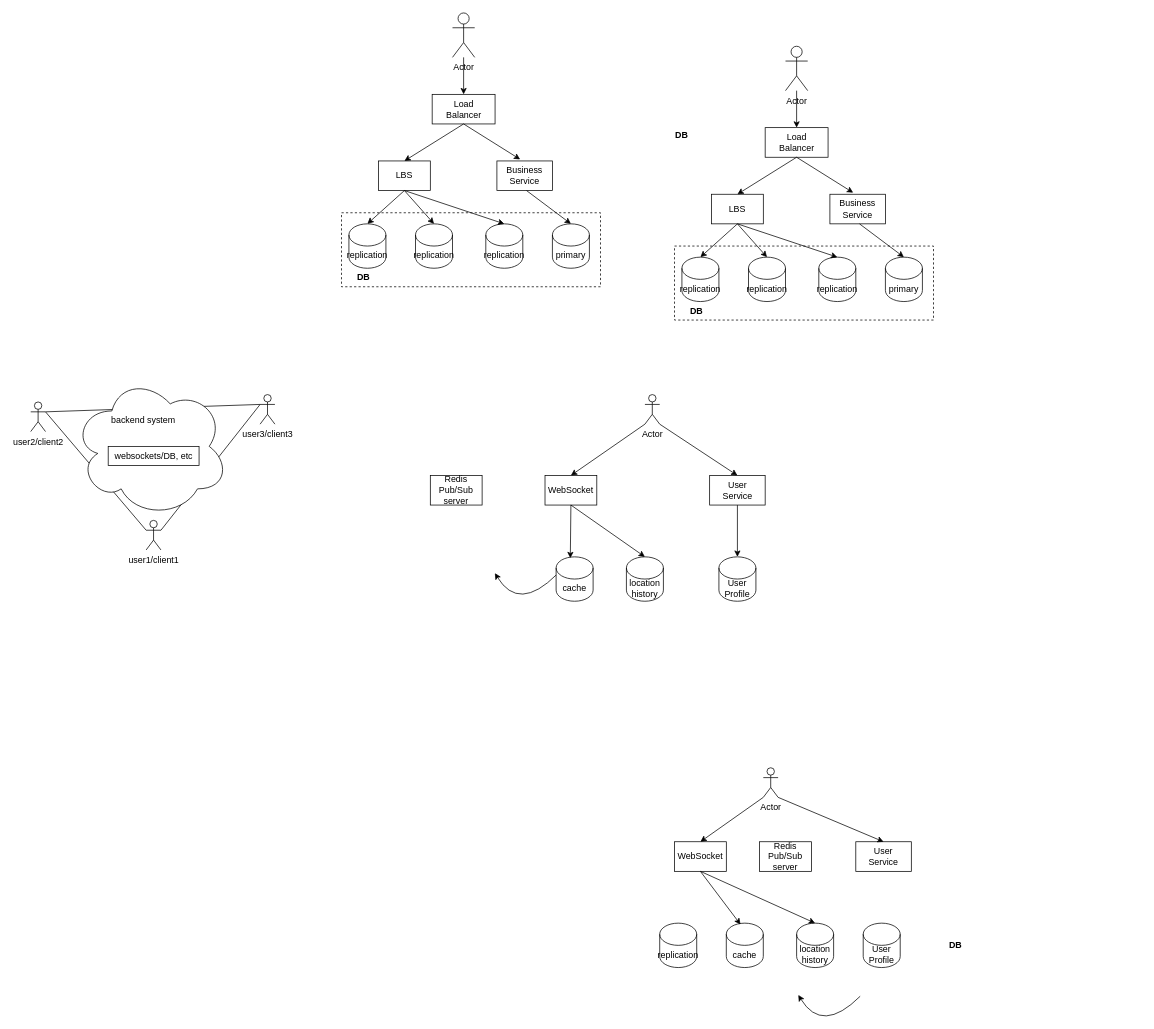
Above: paymentSystemDigitalWallet.drawio in HinsonM/design_graph (draw.io), before the change. Source tidied: cells renumbered, new cells numbered last; positions are measured from the earlier drawing's top-left corner, leaving out a move shared by most shapes. Both pictures are drawn from the tidied source at 74%, with x=0, y=0 at pixel (30, 13).
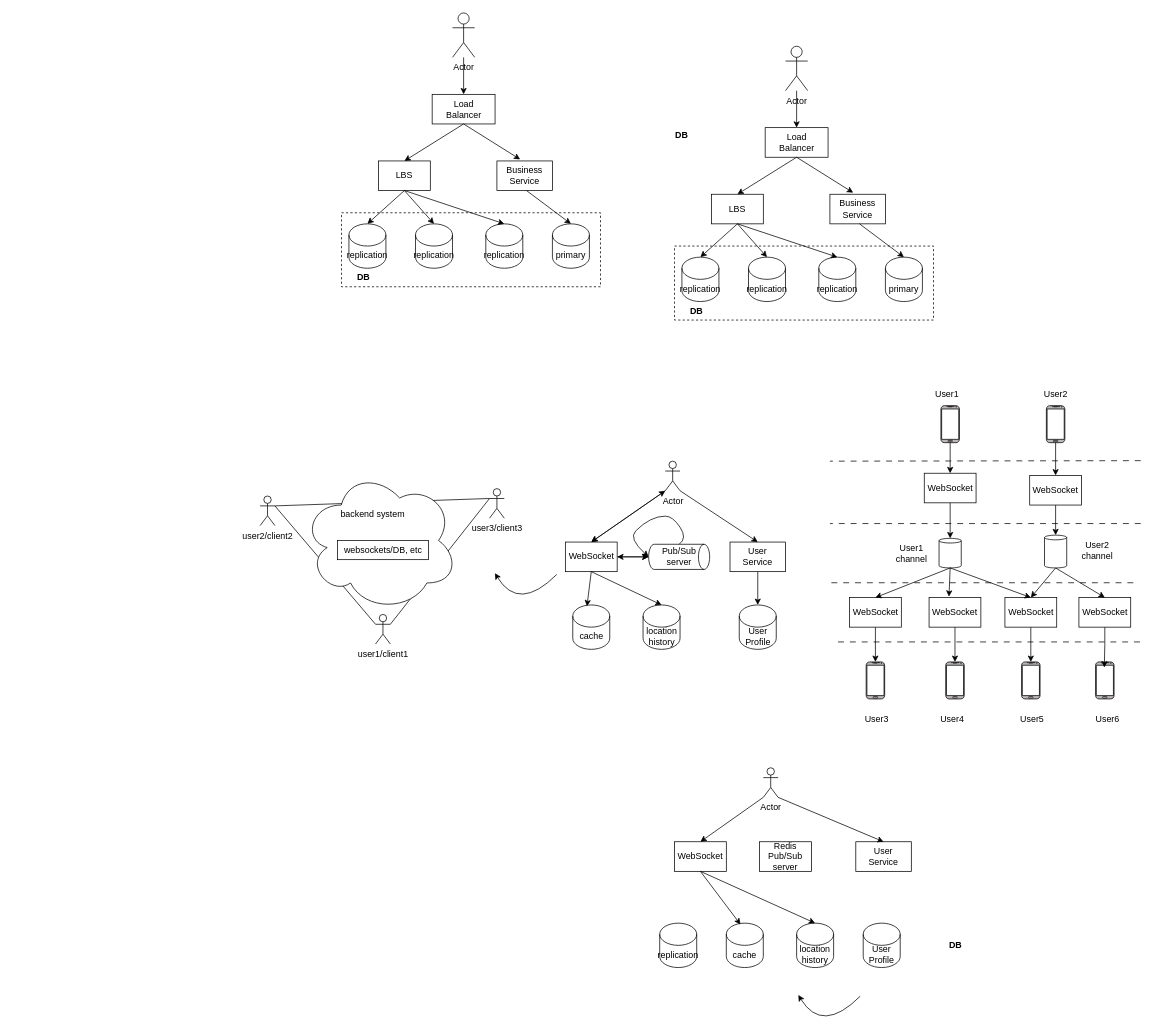
After the change.

Change to the diagram source:
```diff
@@
+    <mxCell id="73" style="edgeStyle=orthogonalEdgeStyle;rounded=0;jettySize=auto;html=1;entryX=0;entryY=0.5;entryDx=0;entryDy=0;entryPerimeter=0;" parent="1" edge="1" source="20" target="74">
+      <mxGeometry relative="1" as="geometry" />
+    </mxCell>
     <mxCell id="20" value="WebSocket" style="rounded=0;whiteSpace=wrap;html=1;" parent="1" vertex="1">
-      <mxGeometry x="695" y="625" width="70" height="40" as="geometry" />
+      <mxGeometry x="722.5" y="715" width="70" height="40" as="geometry" />
     </mxCell>
@@
     <mxCell id="22" value="User&lt;br&gt;Service" style="rounded=0;whiteSpace=wrap;html=1;" parent="1" vertex="1">
-      <mxGeometry x="917.5" y="625" width="75" height="40" as="geometry" />
+      <mxGeometry x="945" y="715" width="75" height="40" as="geometry" />
     </mxCell>
     <mxCell id="23" value="Actor" style="shape=umlActor;verticalLabelPosition=bottom;verticalAlign=top;html=1;outlineConnect=0;" parent="1" vertex="1">
-      <mxGeometry x="830" y="515.7" width="20" height="40" as="geometry" />
+      <mxGeometry x="857.5" y="605.7" width="20" height="40" as="geometry" />
     </mxCell>
     <mxCell id="24" value="location&lt;br&gt;history" style="shape=cylinder3;whiteSpace=wrap;html=1;boundedLbl=1;backgroundOutline=1;size=15;" parent="1" vertex="1">
-      <mxGeometry x="805" y="735" width="50" height="60" as="geometry" />
+      <mxGeometry x="827.5" y="800" width="50" height="60" as="geometry" />
     </mxCell>
     <mxCell id="25" value="User Profile" style="shape=cylinder3;whiteSpace=wrap;html=1;boundedLbl=1;backgroundOutline=1;size=15;" parent="1" vertex="1">
-      <mxGeometry x="930" y="735" width="50" height="60" as="geometry" />
+      <mxGeometry x="957.5" y="800" width="50" height="60" as="geometry" />
     </mxCell>
     <mxCell id="26" value="cache" style="shape=cylinder3;whiteSpace=wrap;html=1;boundedLbl=1;backgroundOutline=1;size=15;" parent="1" vertex="1">
-      <mxGeometry x="710" y="735" width="50" height="60" as="geometry" />
+      <mxGeometry x="732.5" y="800" width="50" height="60" as="geometry" />
     </mxCell>
@@
-    <mxCell id="28" value="Redis&lt;br&gt;Pub/Sub &lt;br&gt;server" style="rounded=0;whiteSpace=wrap;html=1;" parent="1" vertex="1">
-      <mxGeometry x="540" y="625" width="70" height="40" as="geometry" />
-    </mxCell>
@@
     <mxCell id="33" value="user2/client2" style="shape=umlActor;verticalLabelPosition=bottom;verticalAlign=top;html=1;outlineConnect=0;" parent="1" vertex="1">
-      <mxGeometry y="525.7" width="20" height="40" as="geometry" />
+      <mxGeometry x="310" y="652.8" width="20" height="40" as="geometry" />
     </mxCell>
     <mxCell id="34" value="user1/client1" style="shape=umlActor;verticalLabelPosition=bottom;verticalAlign=top;html=1;outlineConnect=0;" parent="1" vertex="1">
-      <mxGeometry x="156" y="685.7" width="20" height="40" as="geometry" />
+      <mxGeometry x="466" y="812.8" width="20" height="40" as="geometry" />
     </mxCell>
     <mxCell id="35" value="user3/client3" style="shape=umlActor;verticalLabelPosition=bottom;verticalAlign=top;html=1;outlineConnect=0;" parent="1" vertex="1">
-      <mxGeometry x="310" y="515.7" width="20" height="40" as="geometry" />
+      <mxGeometry x="620" y="642.8" width="20" height="40" as="geometry" />
     </mxCell>
@@
     <mxCell id="70" style="ellipse;shape=cloud;whiteSpace=wrap;html=1;rotation=0;" parent="1" vertex="1">
-      <mxGeometry x="57" y="490" width="210.5" height="191.4" as="geometry" />
+      <mxGeometry x="367" y="617.2" width="210.5" height="191.4" as="geometry" />
     </mxCell>
     <mxCell id="71" value="websockets/DB, etc" style="rounded=0;whiteSpace=wrap;html=1;" parent="1" vertex="1">
-      <mxGeometry x="104.7" y="585.7" width="122.8" height="26" as="geometry" />
+      <mxGeometry x="414.7" y="712.8" width="122.8" height="26" as="geometry" />
     </mxCell>
     <mxCell id="72" value="backend system" style="text;whiteSpace=wrap;html=1;" parent="1" vertex="1">
-      <mxGeometry x="107.4" y="535.7" width="120" height="40" as="geometry" />
+      <mxGeometry x="417.4" y="662.8" width="120" height="40" as="geometry" />
     </mxCell>
+    <mxCell id="74" value="Pub/Sub&lt;br&gt;server" style="strokeWidth=1;html=1;shape=mxgraph.flowchart.direct_data;whiteSpace=wrap;" parent="1" vertex="1">
+      <mxGeometry x="835" y="718" width="82.5" height="34" as="geometry" />
+    </mxCell>
+    <mxCell id="75" style="endArrow=classic;startArrow=classic;html=1;rounded=0;exitX=0.5;exitY=0;exitDx=0;exitDy=0;entryX=0;entryY=1;entryDx=0;entryDy=0;entryPerimeter=0;" parent="1" edge="1" source="20" target="23">
+      <mxGeometry relative="1" as="geometry" />
+    </mxCell>
+    <mxCell id="76" style="endArrow=classic;startArrow=classic;html=1;rounded=0;exitX=1;exitY=0.5;exitDx=0;exitDy=0;entryX=0;entryY=0.5;entryDx=0;entryDy=0;entryPerimeter=0;" parent="1" edge="1" source="20" target="74">
+      <mxGeometry relative="1" as="geometry" />
+    </mxCell>
+    <mxCell id="77" style="curved=1;endArrow=classic;html=1;rounded=0;exitX=0.5;exitY=0;exitDx=0;exitDy=0;exitPerimeter=0;entryX=0;entryY=0.5;entryDx=0;entryDy=0;entryPerimeter=0;" parent="1" edge="1" source="74" target="74">
+      <mxGeometry relative="1" as="geometry">
+        <Array as="points">
+          <mxPoint x="887.5" y="710" />
+          <mxPoint x="867.5" y="680" />
+          <mxPoint x="847.5" y="680" />
+          <mxPoint x="827.5" y="690" />
+          <mxPoint x="807.5" y="710" />
+        </Array>
+      </mxGeometry>
+    </mxCell>
+    <mxCell id="78" style="verticalLabelPosition=bottom;verticalAlign=top;html=1;shadow=0;dashed=0;strokeWidth=1;shape=mxgraph.android.phone2;strokeColor=#000000;fillColor=#bdb7b7;" parent="1" vertex="1">
+      <mxGeometry x="1129" y="877" width="25" height="50" as="geometry" />
+    </mxCell>
+    <mxCell id="79" style="endArrow=none;html=1;rounded=0;dashed=1;dashPattern=8 8;" parent="1" edge="1">
+      <mxGeometry relative="1" as="geometry">
+        <mxPoint x="1500" y="690" as="sourcePoint" />
+        <mxPoint x="1080" y="690" as="targetPoint" />
+      </mxGeometry>
+    </mxCell>
+    <mxCell id="80" style="endArrow=none;html=1;rounded=0;dashed=1;dashPattern=8 8;" parent="1" edge="1">
+      <mxGeometry relative="1" as="geometry">
+        <mxPoint x="1500" y="605" as="sourcePoint" />
+        <mxPoint x="1080" y="605.7" as="targetPoint" />
+      </mxGeometry>
+    </mxCell>
+    <mxCell id="81" style="endArrow=none;html=1;rounded=0;dashed=1;dashPattern=8 8;" parent="1" edge="1">
+      <mxGeometry relative="1" as="geometry">
+        <mxPoint x="1499" y="850" as="sourcePoint" />
+        <mxPoint x="1084" y="850" as="targetPoint" />
+      </mxGeometry>
+    </mxCell>
+    <mxCell id="82" style="endArrow=none;html=1;rounded=0;dashed=1;dashPattern=8 8;" parent="1" edge="1">
+      <mxGeometry relative="1" as="geometry">
+        <mxPoint x="1490" y="770" as="sourcePoint" />
+        <mxPoint x="1075" y="770" as="targetPoint" />
+      </mxGeometry>
+    </mxCell>
+    <mxCell id="83" style="edgeStyle=orthogonalEdgeStyle;rounded=0;jettySize=auto;html=1;" parent="1" edge="1" source="84" target="78">
+      <mxGeometry relative="1" as="geometry" />
+    </mxCell>
+    <mxCell id="84" value="WebSocket" style="rounded=0;whiteSpace=wrap;html=1;" parent="1" vertex="1">
+      <mxGeometry x="1106.5" y="790" width="70" height="40" as="geometry" />
+    </mxCell>
+    <mxCell id="85" style="verticalLabelPosition=bottom;verticalAlign=top;html=1;shadow=0;dashed=0;strokeWidth=1;shape=mxgraph.android.phone2;strokeColor=#000000;fillColor=#bdb7b7;" parent="1" vertex="1">
+      <mxGeometry x="1236.5" y="877" width="25" height="50" as="geometry" />
+    </mxCell>
+    <mxCell id="86" style="edgeStyle=orthogonalEdgeStyle;rounded=0;jettySize=auto;html=1;" parent="1" edge="1" source="87" target="85">
+      <mxGeometry relative="1" as="geometry" />
+    </mxCell>
+    <mxCell id="87" value="WebSocket" style="rounded=0;whiteSpace=wrap;html=1;" parent="1" vertex="1">
+      <mxGeometry x="1214" y="790" width="70" height="40" as="geometry" />
+    </mxCell>
+    <mxCell id="88" style="verticalLabelPosition=bottom;verticalAlign=top;html=1;shadow=0;dashed=0;strokeWidth=1;shape=mxgraph.android.phone2;strokeColor=#000000;fillColor=#bdb7b7;" parent="1" vertex="1">
+      <mxGeometry x="1339" y="877" width="25" height="50" as="geometry" />
+    </mxCell>
+    <mxCell id="89" style="edgeStyle=orthogonalEdgeStyle;rounded=0;jettySize=auto;html=1;" parent="1" edge="1" source="90" target="88">
+      <mxGeometry relative="1" as="geometry" />
+    </mxCell>
+    <mxCell id="90" value="WebSocket" style="rounded=0;whiteSpace=wrap;html=1;" parent="1" vertex="1">
+      <mxGeometry x="1316.5" y="790" width="70" height="40" as="geometry" />
+    </mxCell>
+    <mxCell id="91" style="verticalLabelPosition=bottom;verticalAlign=top;html=1;shadow=0;dashed=0;strokeWidth=1;shape=mxgraph.android.phone2;strokeColor=#000000;fillColor=#bdb7b7;" parent="1" vertex="1">
+      <mxGeometry x="1439" y="877" width="25" height="50" as="geometry" />
+    </mxCell>
+    <mxCell id="92" style="edgeStyle=orthogonalEdgeStyle;rounded=0;jettySize=auto;html=1;entryX=0.474;entryY=0.151;entryDx=0;entryDy=0;entryPerimeter=0;" parent="1" edge="1" source="93" target="91">
+      <mxGeometry relative="1" as="geometry" />
+    </mxCell>
+    <mxCell id="93" value="WebSocket" style="rounded=0;whiteSpace=wrap;html=1;" parent="1" vertex="1">
+      <mxGeometry x="1416.5" y="790" width="70" height="40" as="geometry" />
+    </mxCell>
+    <mxCell id="94" style="edgeStyle=orthogonalEdgeStyle;rounded=0;jettySize=auto;html=1;entryX=0.5;entryY=0;entryDx=0;entryDy=0;" parent="1" edge="1" source="95" target="97">
+      <mxGeometry relative="1" as="geometry" />
+    </mxCell>
+    <mxCell id="95" style="verticalLabelPosition=bottom;verticalAlign=top;html=1;shadow=0;dashed=0;strokeWidth=1;shape=mxgraph.android.phone2;strokeColor=#000000;fillColor=#bdb7b7;" parent="1" vertex="1">
+      <mxGeometry x="1230" y="530.7" width="25" height="50" as="geometry" />
+    </mxCell>
+    <mxCell id="96" style="edgeStyle=orthogonalEdgeStyle;rounded=0;jettySize=auto;html=1;entryX=0.5;entryY=0;entryDx=0;entryDy=0;entryPerimeter=0;" parent="1" edge="1" source="97" target="102">
+      <mxGeometry relative="1" as="geometry" />
+    </mxCell>
+    <mxCell id="97" value="WebSocket" style="rounded=0;whiteSpace=wrap;html=1;" parent="1" vertex="1">
+      <mxGeometry x="1207.5" y="622" width="70" height="40" as="geometry" />
+    </mxCell>
+    <mxCell id="98" style="edgeStyle=orthogonalEdgeStyle;rounded=0;jettySize=auto;html=1;entryX=0.5;entryY=0;entryDx=0;entryDy=0;" parent="1" edge="1" source="99" target="101">
+      <mxGeometry relative="1" as="geometry" />
+    </mxCell>
+    <mxCell id="99" style="verticalLabelPosition=bottom;verticalAlign=top;html=1;shadow=0;dashed=0;strokeWidth=1;shape=mxgraph.android.phone2;strokeColor=#000000;fillColor=#bdb7b7;" parent="1" vertex="1">
+      <mxGeometry x="1372.5" y="530.7" width="25" height="50" as="geometry" />
+    </mxCell>
+    <mxCell id="100" style="edgeStyle=orthogonalEdgeStyle;rounded=0;jettySize=auto;html=1;entryX=0.5;entryY=0;entryDx=0;entryDy=0;entryPerimeter=0;" parent="1" edge="1" source="101" target="103">
+      <mxGeometry relative="1" as="geometry" />
+    </mxCell>
+    <mxCell id="101" value="WebSocket" style="rounded=0;whiteSpace=wrap;html=1;" parent="1" vertex="1">
+      <mxGeometry x="1350" y="625" width="70" height="40" as="geometry" />
+    </mxCell>
+    <mxCell id="102" style="shape=cylinder3;whiteSpace=wrap;html=1;boundedLbl=1;backgroundOutline=1;size=3.1428571428571104;" parent="1" vertex="1">
+      <mxGeometry x="1227.5" y="710" width="30" height="40" as="geometry" />
+    </mxCell>
+    <mxCell id="103" style="shape=cylinder3;whiteSpace=wrap;html=1;boundedLbl=1;backgroundOutline=1;size=3.1428571428571104;" parent="1" vertex="1">
+      <mxGeometry x="1370" y="705.7" width="30" height="44.3" as="geometry" />
+    </mxCell>
+    <mxCell id="104" value="User1&lt;br&gt;channel" style="text;html=1;align=center;verticalAlign=middle;strokeColor=none;fillColor=none;" parent="1" vertex="1">
+      <mxGeometry x="1155" y="710" width="70" height="40" as="geometry" />
+    </mxCell>
+    <mxCell id="105" value="User2&lt;br&gt;channel" style="text;html=1;align=center;verticalAlign=middle;strokeColor=none;fillColor=none;" parent="1" vertex="1">
+      <mxGeometry x="1406" y="705.7" width="70" height="40" as="geometry" />
+    </mxCell>
+    <mxCell id="106" value="User1" style="text;html=1;align=center;verticalAlign=middle;strokeColor=none;fillColor=none;" parent="1" vertex="1">
+      <mxGeometry x="1207.5" y="500" width="60" height="30" as="geometry" />
+    </mxCell>
+    <mxCell id="107" value="User2" style="text;html=1;align=center;verticalAlign=middle;strokeColor=none;fillColor=none;" parent="1" vertex="1">
+      <mxGeometry x="1355" y="500" width="60" height="30" as="geometry" />
+    </mxCell>
+    <mxCell id="108" value="User3" style="text;html=1;align=center;verticalAlign=middle;strokeColor=none;fillColor=none;" parent="1" vertex="1">
+      <mxGeometry x="1112.5" y="940" width="60" height="30" as="geometry" />
+    </mxCell>
+    <mxCell id="109" value="User4" style="text;html=1;align=center;verticalAlign=middle;strokeColor=none;fillColor=none;" parent="1" vertex="1">
+      <mxGeometry x="1215" y="940" width="60" height="30" as="geometry" />
+    </mxCell>
+    <mxCell id="110" value="User5" style="text;html=1;align=center;verticalAlign=middle;strokeColor=none;fillColor=none;" parent="1" vertex="1">
+      <mxGeometry x="1322.5" y="940" width="60" height="30" as="geometry" />
+    </mxCell>
+    <mxCell id="111" value="User6" style="text;html=1;align=center;verticalAlign=middle;strokeColor=none;fillColor=none;" parent="1" vertex="1">
+      <mxGeometry x="1425" y="940" width="60" height="30" as="geometry" />
+    </mxCell>
+    <mxCell id="112" style="endArrow=classic;html=1;rounded=0;exitX=0.5;exitY=1;exitDx=0;exitDy=0;entryX=0.5;entryY=0;entryDx=0;entryDy=0;exitPerimeter=0;" parent="1" edge="1" source="102" target="84">
+      <mxGeometry relative="1" as="geometry" />
+    </mxCell>
+    <mxCell id="113" style="endArrow=classic;html=1;rounded=0;exitX=0.5;exitY=1;exitDx=0;exitDy=0;entryX=0.384;entryY=-0.029;entryDx=0;entryDy=0;exitPerimeter=0;entryPerimeter=0;" parent="1" edge="1" source="102" target="87">
+      <mxGeometry relative="1" as="geometry" />
+    </mxCell>
+    <mxCell id="114" style="endArrow=classic;html=1;rounded=0;exitX=0.5;exitY=1;exitDx=0;exitDy=0;entryX=0.5;entryY=0;entryDx=0;entryDy=0;exitPerimeter=0;" parent="1" edge="1" source="102" target="90">
+      <mxGeometry relative="1" as="geometry" />
+    </mxCell>
+    <mxCell id="115" style="endArrow=classic;html=1;rounded=0;exitX=0.5;exitY=1;exitDx=0;exitDy=0;exitPerimeter=0;entryX=0.5;entryY=0;entryDx=0;entryDy=0;" parent="1" edge="1" source="103" target="93">
+      <mxGeometry relative="1" as="geometry" />
+    </mxCell>
+    <mxCell id="116" style="endArrow=classic;html=1;rounded=0;exitX=0.5;exitY=1;exitDx=0;exitDy=0;exitPerimeter=0;entryX=0.5;entryY=0;entryDx=0;entryDy=0;" parent="1" edge="1" source="103" target="90">
+      <mxGeometry relative="1" as="geometry" />
+    </mxCell>
```
